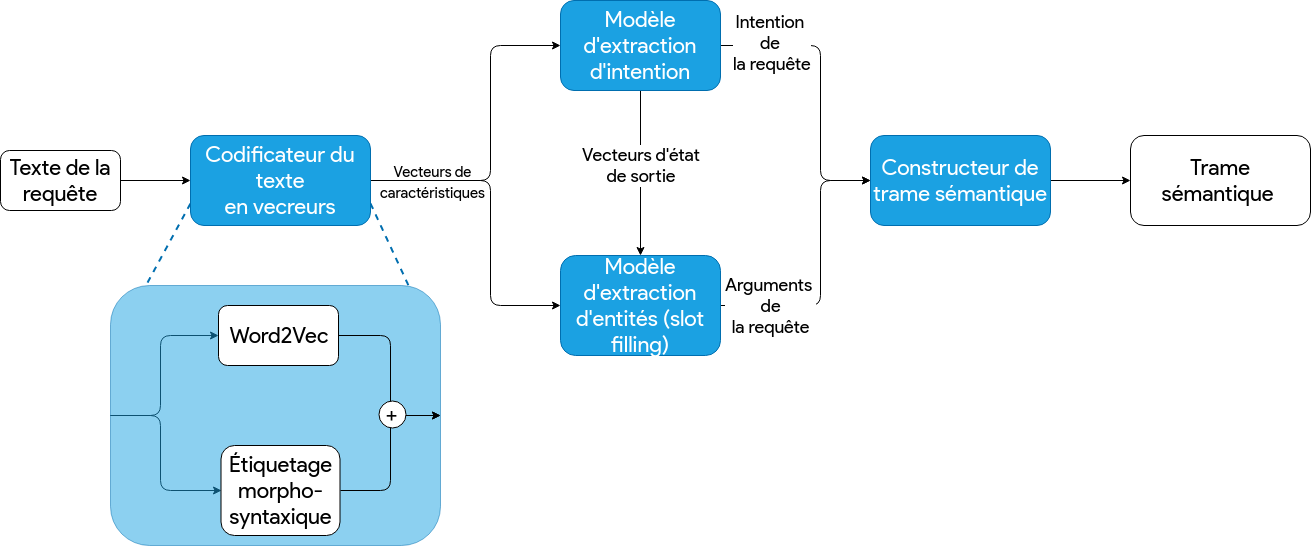
Earlier version of the draw.io export images/Conception/NLU/nlu_module_arch.png (Wissben/Master-Thesis). Source tidied: cells renumbered, new cells last; positions are measured from the earlier drawing's top-left corner, leaving out a move shared by most shapes.
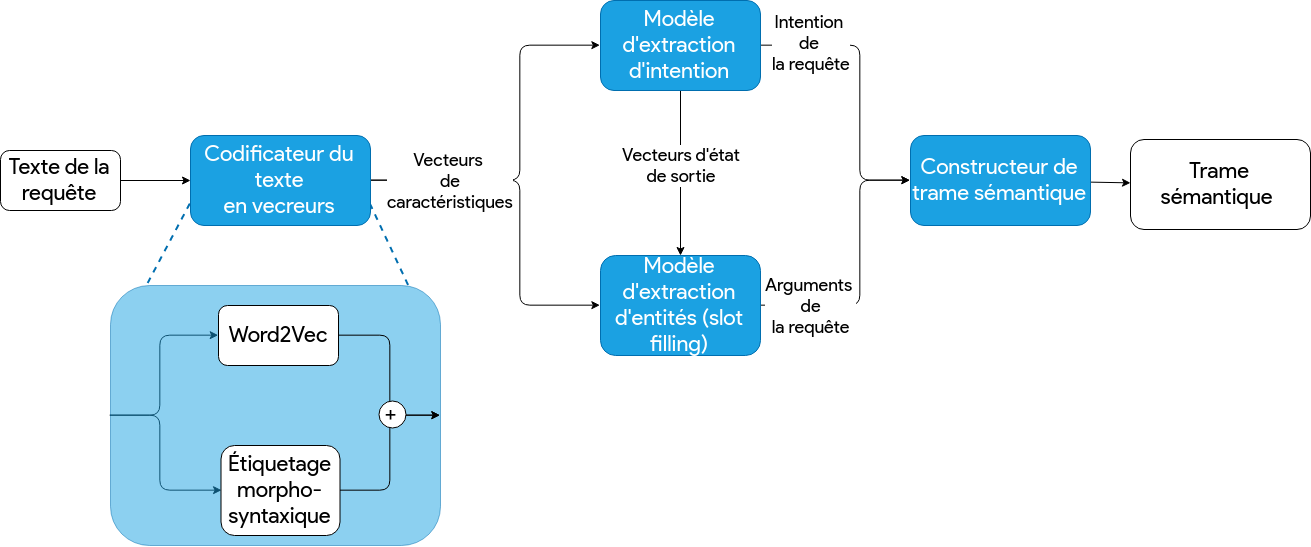
After the change.

The edit, as a diff of the source:
```diff
@@ -5,22 +5,22 @@
     <mxCell id="2" style="edgeStyle=orthogonalEdgeStyle;rounded=1;jettySize=auto;html=1;exitX=1;exitY=0.5;exitDx=0;exitDy=0;entryX=0;entryY=0.5;entryDx=0;entryDy=0;fontSize=22;fontFamily=Lucida Console;" parent="1" edge="1" source="7" target="12">
       <mxGeometry relative="1" as="geometry">
         <Array as="points">
-          <mxPoint x="490" y="180" />
-          <mxPoint x="490" y="45" />
+          <mxPoint x="520" y="180" />
+          <mxPoint x="520" y="45" />
         </Array>
       </mxGeometry>
     </mxCell>
     <mxCell id="3" style="edgeStyle=orthogonalEdgeStyle;rounded=1;jettySize=auto;html=1;exitX=1;exitY=0.5;exitDx=0;exitDy=0;entryX=0;entryY=0.5;entryDx=0;entryDy=0;fontSize=22;fontFamily=Lucida Console;" parent="1" edge="1" source="7" target="15">
       <mxGeometry relative="1" as="geometry">
         <Array as="points">
-          <mxPoint x="490" y="180" />
-          <mxPoint x="490" y="305" />
+          <mxPoint x="520" y="180" />
+          <mxPoint x="520" y="305" />
         </Array>
       </mxGeometry>
     </mxCell>
-    <mxCell id="4" value="&lt;font style=&quot;font-size: 15px&quot;&gt;Vecteurs de&lt;br&gt;caractéristiques&lt;/font&gt;&lt;br style=&quot;font-size: 18px&quot;&gt;" style="text;html=1;align=center;verticalAlign=middle;labelBackgroundColor=none;fontSize=18;fontFamily=Lucida Console;" parent="3" vertex="1">
+    <mxCell id="4" value="&lt;font style=&quot;font-size: 18px&quot;&gt;Vecteurs &lt;br&gt;de&lt;br&gt;caractéristiques&lt;/font&gt;&lt;br style=&quot;font-size: 18px&quot;&gt;" style="text;html=1;align=center;verticalAlign=middle;labelBackgroundColor=#ffffff;fontSize=18;fontFamily=Lucida Console;" parent="3" vertex="1">
       <mxGeometry x="-0.53" relative="1" as="geometry">
-        <mxPoint x="-12" as="offset" />
+        <mxPoint x="-4" as="offset" />
       </mxGeometry>
     </mxCell>
     <mxCell id="5" style="rounded=1;jettySize=auto;html=1;exitX=0;exitY=0.75;exitDx=0;exitDy=0;entryX=0.11;entryY=-0.002;entryDx=0;entryDy=0;entryPerimeter=0;fontFamily=Lucida Console;fontSize=22;endArrow=none;endFill=0;fillColor=#1ba1e2;strokeColor=#006EAF;dashed=1;strokeWidth=2;" parent="1" edge="1" source="7" target="21">
@@ -43,8 +43,8 @@
     <mxCell id="10" style="edgeStyle=orthogonalEdgeStyle;rounded=1;jettySize=auto;html=1;exitX=1;exitY=0.5;exitDx=0;exitDy=0;entryX=0;entryY=0.5;entryDx=0;entryDy=0;fontFamily=Lucida Console;fontSize=22;" parent="1" edge="1" source="12" target="17">
       <mxGeometry relative="1" as="geometry">
         <Array as="points">
-          <mxPoint x="820" y="45" />
-          <mxPoint x="820" y="180" />
+          <mxPoint x="860" y="45" />
+          <mxPoint x="860" y="180" />
         </Array>
       </mxGeometry>
     </mxCell>
@@ -54,13 +54,13 @@
       </mxGeometry>
     </mxCell>
     <mxCell id="12" value="Modèle d'extraction&lt;br style=&quot;font-size: 22px;&quot;&gt;d'intention&lt;br style=&quot;font-size: 22px;&quot;&gt;" style="whiteSpace=wrap;html=1;rounded=1;fontSize=22;fontFamily=Lucida Console;fillColor=#1ba1e2;strokeColor=#006EAF;fontColor=#ffffff;" parent="1" vertex="1">
-      <mxGeometry x="560" width="160" height="90" as="geometry" />
+      <mxGeometry x="600" width="160" height="90" as="geometry" />
     </mxCell>
     <mxCell id="13" style="edgeStyle=orthogonalEdgeStyle;rounded=1;jettySize=auto;html=1;exitX=1;exitY=0.5;exitDx=0;exitDy=0;entryX=0;entryY=0.5;entryDx=0;entryDy=0;fontFamily=Lucida Console;fontSize=22;" parent="1" edge="1" source="15" target="17">
       <mxGeometry relative="1" as="geometry">
         <Array as="points">
-          <mxPoint x="820" y="305" />
-          <mxPoint x="820" y="180" />
+          <mxPoint x="860" y="305" />
+          <mxPoint x="860" y="180" />
         </Array>
       </mxGeometry>
     </mxCell>
@@ -70,16 +70,16 @@
       </mxGeometry>
     </mxCell>
     <mxCell id="15" value="Modèle d'extraction&lt;br style=&quot;font-size: 22px;&quot;&gt;d'entités (slot filling)&lt;br style=&quot;font-size: 22px;&quot;&gt;" style="whiteSpace=wrap;html=1;rounded=1;fontSize=22;fontFamily=Lucida Console;fillColor=#1ba1e2;strokeColor=#006EAF;fontColor=#ffffff;" parent="1" vertex="1">
-      <mxGeometry x="560" y="255" width="160" height="100" as="geometry" />
+      <mxGeometry x="600" y="255" width="160" height="100" as="geometry" />
     </mxCell>
     <mxCell id="16" style="edgeStyle=none;rounded=1;jettySize=auto;html=1;endArrow=classic;endFill=1;strokeWidth=1;fontFamily=Lucida Console;fontSize=22;" parent="1" edge="1" source="17" target="18">
       <mxGeometry relative="1" as="geometry" />
     </mxCell>
     <mxCell id="17" value="Constructeur de trame sémantique&lt;br style=&quot;font-size: 22px&quot;&gt;" style="whiteSpace=wrap;html=1;rounded=1;fontSize=22;fontFamily=Lucida Console;fillColor=#1ba1e2;strokeColor=#006EAF;fontColor=#ffffff;" parent="1" vertex="1">
-      <mxGeometry x="870" y="135" width="180" height="90" as="geometry" />
+      <mxGeometry x="910" y="135" width="180" height="90" as="geometry" />
     </mxCell>
     <mxCell id="18" value="Trame sémantique&amp;nbsp;&lt;br style=&quot;font-size: 22px&quot;&gt;" style="whiteSpace=wrap;html=1;rounded=1;fontSize=22;fontFamily=Lucida Console;" parent="1" vertex="1">
-      <mxGeometry x="1130" y="135" width="180" height="90" as="geometry" />
+      <mxGeometry x="1130" y="139" width="180" height="90" as="geometry" />
     </mxCell>
     <mxCell id="19" style="edgeStyle=orthogonalEdgeStyle;rounded=1;jettySize=auto;html=1;exitX=0;exitY=0.5;exitDx=0;exitDy=0;entryX=0;entryY=0.5;entryDx=0;entryDy=0;fontFamily=Lucida Console;fontSize=22;" parent="1" edge="1" source="21" target="25">
       <mxGeometry relative="1" as="geometry">
```
